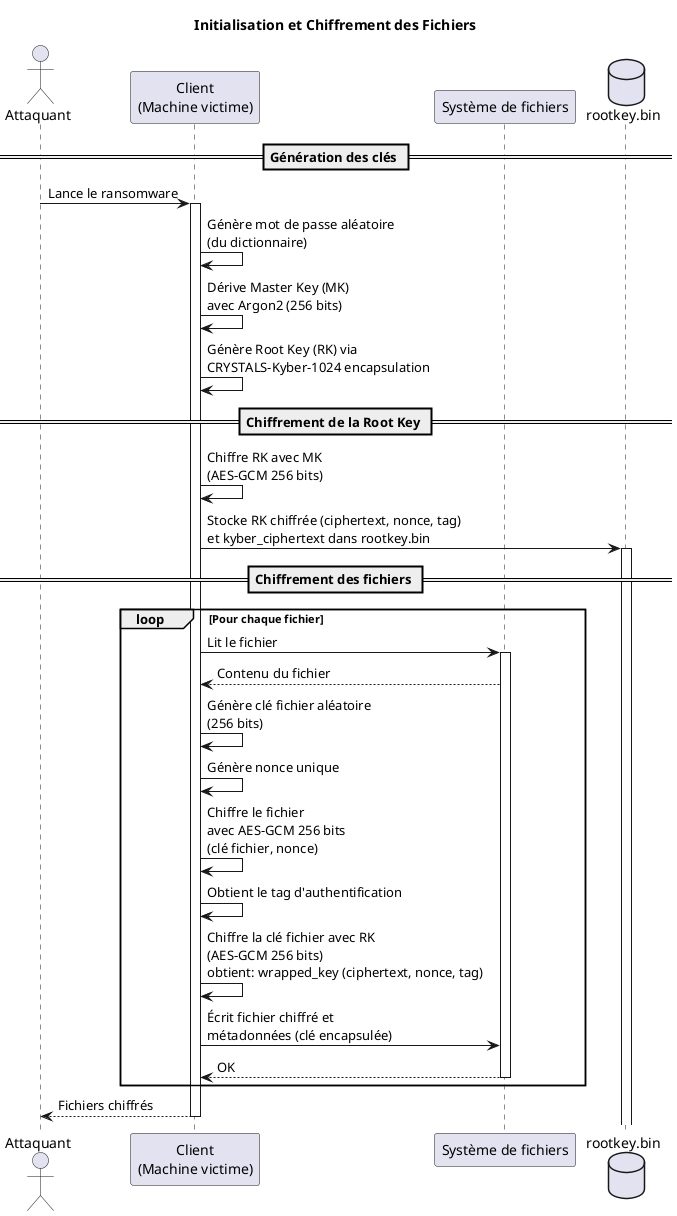
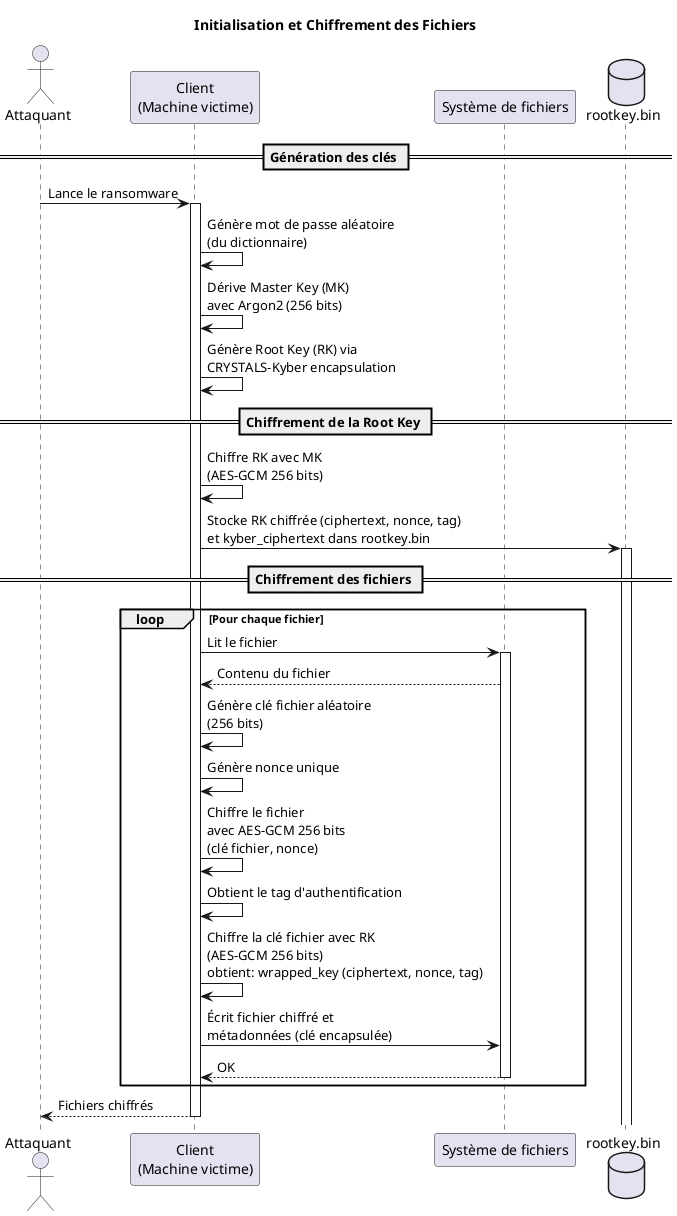
@startuml Ransomware Architecture - Initialisation et Chiffrement

title Initialisation et Chiffrement des Fichiers

actor Attaquant as attacker
participant "Client\n(Machine victime)" as client
participant "Système de fichiers" as fs
database "rootkey.bin" as rootkey

== Génération des clés ==
attacker -> client: Lance le ransomware
activate client

client -> client: Génère mot de passe aléatoire\n(du dictionnaire)
client -> client: Dérive Master Key (MK)\navec Argon2 (256 bits)
- client -> client: Génère Root Key (RK) via\nCRYSTALS-Kyber-1024 encapsulation
+ client -> client: Génère Root Key (RK) via\nCRYSTALS-Kyber encapsulation

== Chiffrement de la Root Key ==
client -> client: Chiffre RK avec MK\n(AES-GCM 256 bits)
client -> rootkey: Stocke RK chiffrée (ciphertext, nonce, tag)\net kyber_ciphertext dans rootkey.bin
activate rootkey

== Chiffrement des fichiers ==
loop Pour chaque fichier
    client -> fs: Lit le fichier
    activate fs
    fs --> client: Contenu du fichier

    client -> client: Génère clé fichier aléatoire\n(256 bits)
    client -> client: Génère nonce unique
    client -> client: Chiffre le fichier\navec AES-GCM 256 bits\n(clé fichier, nonce)

    client -> client: Obtient le tag d'authentification
    client -> client: Chiffre la clé fichier avec RK\n(AES-GCM 256 bits)\nobtient: wrapped_key (ciphertext, nonce, tag)

    client -> fs: Écrit fichier chiffré et\nmétadonnées (clé encapsulée)
    fs --> client: OK
    deactivate fs
end

client --> attacker: Fichiers chiffrés
deactivate client

@enduml
